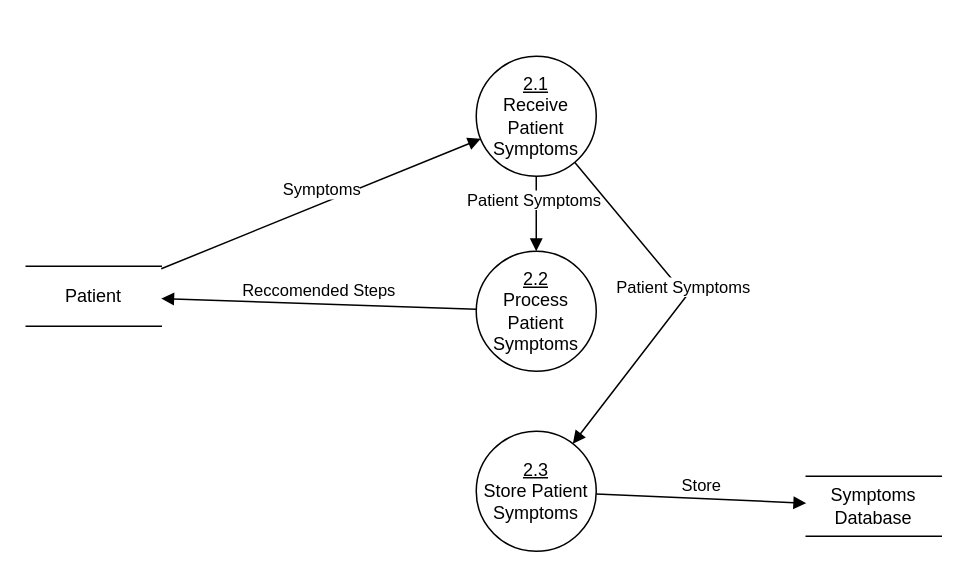
SENG-350-2024-fall/Team9 keeps this draw.io diagram as OliverWork/Milestone2/Level1DFDVirtualTriage.drawio. Above is the earlier version. Source tidied: cells renumbered, new cells numbered last; positions are measured from the earlier drawing's top-left corner, leaving out a move shared by most shapes. Both pictures are drawn from the tidied source at 150%, with x=0, y=0 at pixel (26, 56).
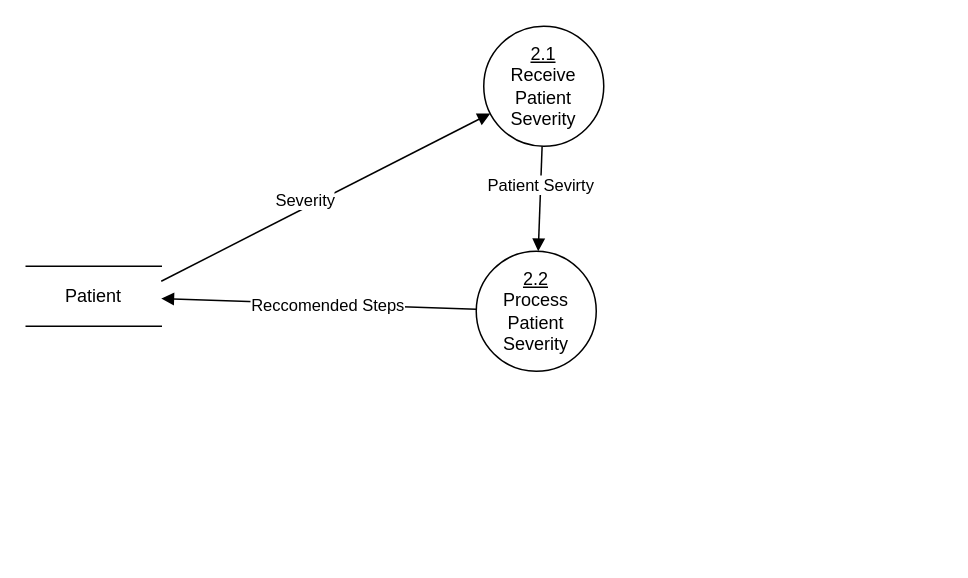
Above is the later version.

Change to the diagram source:
```diff
@@
 <mxGraphModel>
   <root>
     <mxCell id="0" />
     <mxCell id="1" parent="0" />
-    <mxCell id="2" value="&lt;u&gt;2.1&lt;/u&gt;&lt;div&gt;Receive Patient Symptoms&lt;/div&gt;" style="ellipse;whiteSpace=wrap;html=1;" parent="1" vertex="1">
-      <mxGeometry x="300" width="80" height="80" as="geometry" />
+    <mxCell id="2" value="&lt;u&gt;2.1&lt;/u&gt;&lt;div&gt;Receive Patient Severity&lt;/div&gt;" style="ellipse;whiteSpace=wrap;html=1;" parent="1" vertex="1">
+      <mxGeometry x="305" y="-20" width="80" height="80" as="geometry" />
     </mxCell>
-    <mxCell id="3" value="Symptoms" style="html=1;verticalAlign=bottom;endArrow=block;curved=0;rounded=0;" parent="1" edge="1" source="5" target="2">
+    <mxCell id="3" style="html=1;verticalAlign=bottom;endArrow=block;curved=0;rounded=0;exitX=1;exitY=0.25;exitDx=0;exitDy=0;" parent="1" edge="1" source="5" target="2">
       <mxGeometry relative="1" as="geometry" />
     </mxCell>
+    <mxCell id="12" value="Severity" style="edgeLabel;html=1;align=center;verticalAlign=middle;" parent="3" vertex="1">
+      <mxGeometry x="-0.11" y="5" relative="1" as="geometry" />
+    </mxCell>
-    <mxCell id="4" value="&lt;u&gt;2.2&lt;/u&gt;&lt;div&gt;Process Patient Symptoms&lt;/div&gt;" style="ellipse;whiteSpace=wrap;html=1;" parent="1" vertex="1">
+    <mxCell id="4" value="&lt;u&gt;2.2&lt;/u&gt;&lt;div&gt;Process Patient Severity&lt;/div&gt;" style="ellipse;whiteSpace=wrap;html=1;" parent="1" vertex="1">
       <mxGeometry x="300" y="130" width="80" height="80" as="geometry" />
     </mxCell>
     <mxCell id="5" value="Patient" style="shape=partialRectangle;whiteSpace=wrap;html=1;left=0;right=0;fillColor=none;" parent="1" vertex="1">
       <mxGeometry y="140" width="90" height="40" as="geometry" />
     </mxCell>
-    <mxCell id="6" value="&lt;u&gt;2.3&lt;/u&gt;&lt;div&gt;Store Patient Symptoms&lt;/div&gt;" style="ellipse;whiteSpace=wrap;html=1;" parent="1" vertex="1">
-      <mxGeometry x="300" y="250" width="80" height="80" as="geometry" />
-    </mxCell>
-    <mxCell id="7" value="Symptoms Database" style="shape=partialRectangle;whiteSpace=wrap;html=1;left=0;right=0;fillColor=none;" parent="1" vertex="1">
-      <mxGeometry x="520" y="280" width="90" height="40" as="geometry" />
-    </mxCell>
-    <mxCell id="8" value="Store" style="html=1;verticalAlign=bottom;endArrow=block;curved=0;rounded=0;" parent="1" edge="1" source="6" target="7">
-      <mxGeometry relative="1" as="geometry" />
-    </mxCell>
-    <mxCell id="9" value="Reccomended Steps" style="html=1;verticalAlign=bottom;endArrow=block;curved=0;rounded=0;" parent="1" edge="1" source="4" target="5">
+    <mxCell id="9" style="html=1;verticalAlign=bottom;endArrow=block;curved=0;rounded=0;" parent="1" edge="1" source="4" target="5">
       <mxGeometry relative="1" as="geometry" />
     </mxCell>
+    <mxCell id="13" value="Reccomended Steps" style="edgeLabel;html=1;align=center;verticalAlign=middle;" parent="9" vertex="1">
+      <mxGeometry x="0.02" y="2" relative="1" as="geometry">
+        <mxPoint x="7" y="-2" as="offset" />
+      </mxGeometry>
+    </mxCell>
-    <mxCell id="10" value="Patient Symptoms&amp;nbsp;" style="html=1;verticalAlign=bottom;endArrow=block;curved=0;rounded=0;" parent="1" edge="1" source="2" target="4">
+    <mxCell id="10" value="Patient Sevirty" style="html=1;verticalAlign=bottom;endArrow=block;curved=0;rounded=0;" parent="1" edge="1" source="2" target="4">
       <mxGeometry relative="1" as="geometry" />
     </mxCell>
-    <mxCell id="11" value="Patient Symptoms" style="html=1;verticalAlign=bottom;endArrow=block;curved=0;rounded=0;" parent="1" edge="1" source="2" target="6">
-      <mxGeometry relative="1" as="geometry">
-        <Array as="points">
-          <mxPoint x="440" y="160" />
-        </Array>
-      </mxGeometry>
-    </mxCell>
   </root>
 </mxGraphModel>
```
